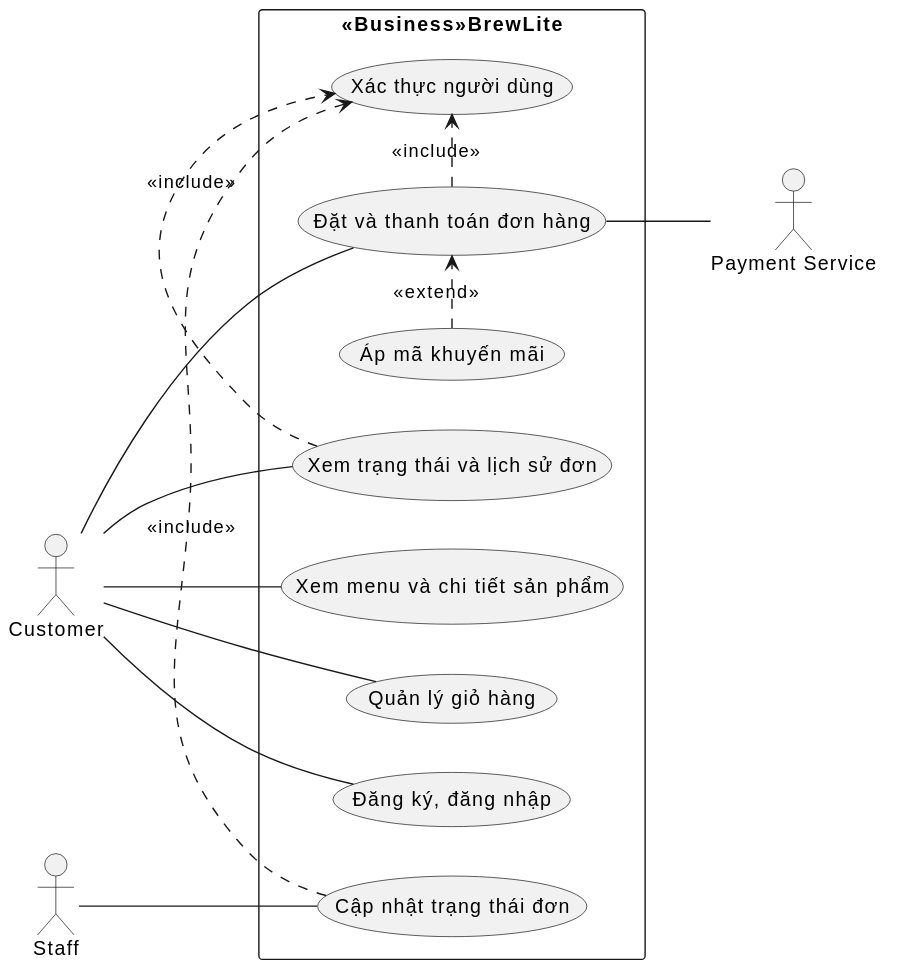
This is docs/diagrams/usecase-overview.svg from synguyen267/brewlite-assignment2, a PlantUML export, as it was before one commit. Its diagram source:
```plantuml
@startuml
left to right direction
skinparam packageStyle rectangle

actor Customer
actor Staff
actor "Payment Service" as PS

rectangle "<<Business>>BrewLite" {
  usecase "Xem menu và chi tiết sản phẩm" as UC01
  usecase "Quản lý giỏ hàng" as UC02
  usecase "Đăng ký, đăng nhập" as UC03
  usecase "Đặt và thanh toán đơn hàng" as UC04
  usecase "Xem trạng thái và lịch sử đơn" as UC05
  usecase "Cập nhật trạng thái đơn" as UC06
  usecase "Áp mã khuyến mãi" as UC07
  usecase "Xác thực người dùng" as UC08
}

Customer -- UC01
Customer -- UC02
Customer -- UC03
Customer -- UC04
Customer -- UC05
Staff -- UC06
UC04 -- PS

UC04 .> UC08 : <<include>>
UC05 .> UC08 : <<include>>
UC06 .> UC08 : <<include>>
UC07 .> UC04 : <<extend>>
@enduml
```
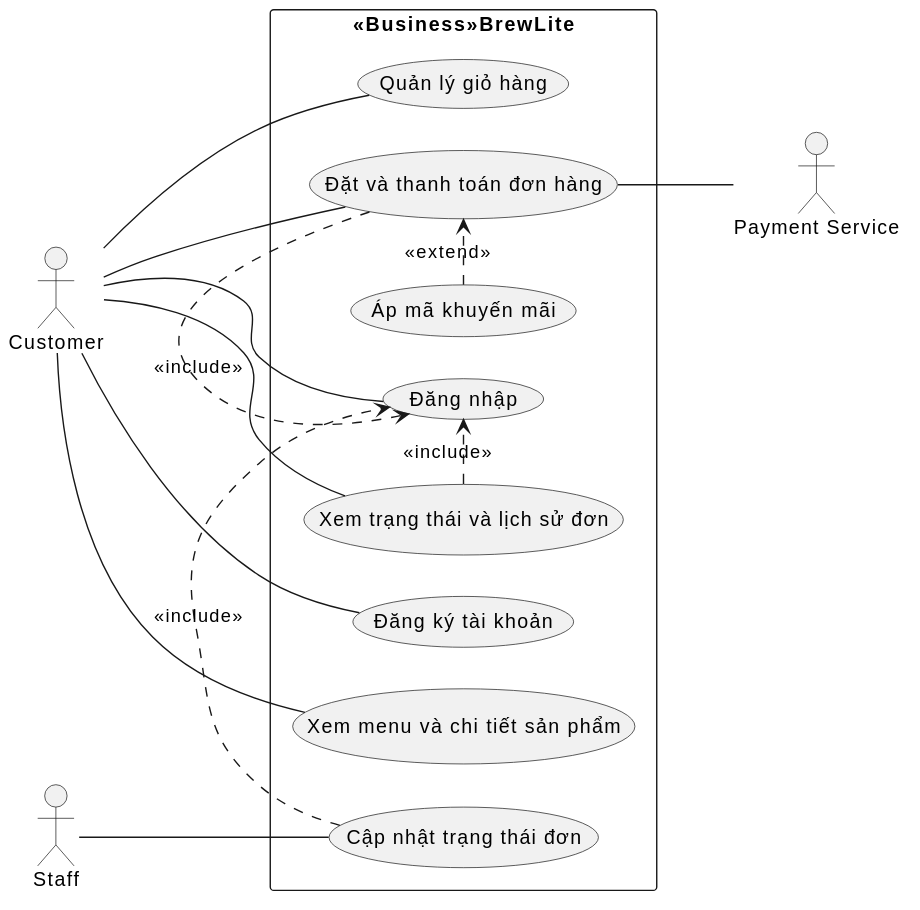
Later version of the same file.

Commit message:
docs: refine use-case diagrams (split login/register, payment generalization)

Diff of the diagram source:
```diff
@@ -1,27 +1,30 @@
 @startuml
 left to right direction
 skinparam packageStyle rectangle
+skinparam nodesep 30
+skinparam ranksep 70
 
 actor Customer
 actor Staff
 actor "Payment Service" as PS
 
 rectangle "<<Business>>BrewLite" {
+  usecase "Đăng ký tài khoản" as UC03
   usecase "Xem menu và chi tiết sản phẩm" as UC01
   usecase "Quản lý giỏ hàng" as UC02
-  usecase "Đăng ký, đăng nhập" as UC03
   usecase "Đặt và thanh toán đơn hàng" as UC04
   usecase "Xem trạng thái và lịch sử đơn" as UC05
   usecase "Cập nhật trạng thái đơn" as UC06
   usecase "Áp mã khuyến mãi" as UC07
-  usecase "Xác thực người dùng" as UC08
+  usecase "Đăng nhập" as UC08
 }
 
+Customer -- UC03
 Customer -- UC01
 Customer -- UC02
-Customer -- UC03
 Customer -- UC04
 Customer -- UC05
+Customer -- UC08
 Staff -- UC06
 UC04 -- PS
 
```
